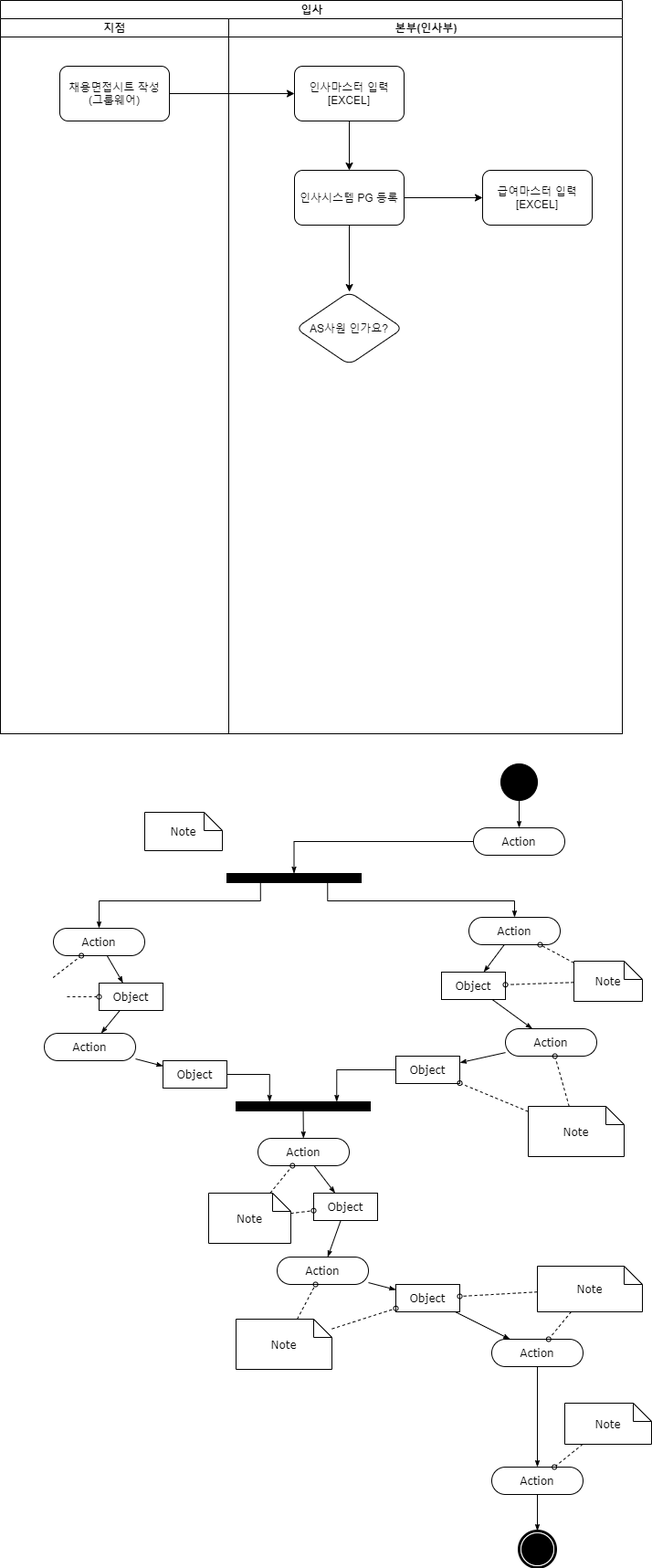
Above: Insa_JoinResignation.drawio.png in seunggeunjo/Flow-Chart (draw.io), before the change. Source tidied: cells renumbered, new cells last; positions are measured from the earlier drawing's top-left corner, leaving out a move shared by most shapes.
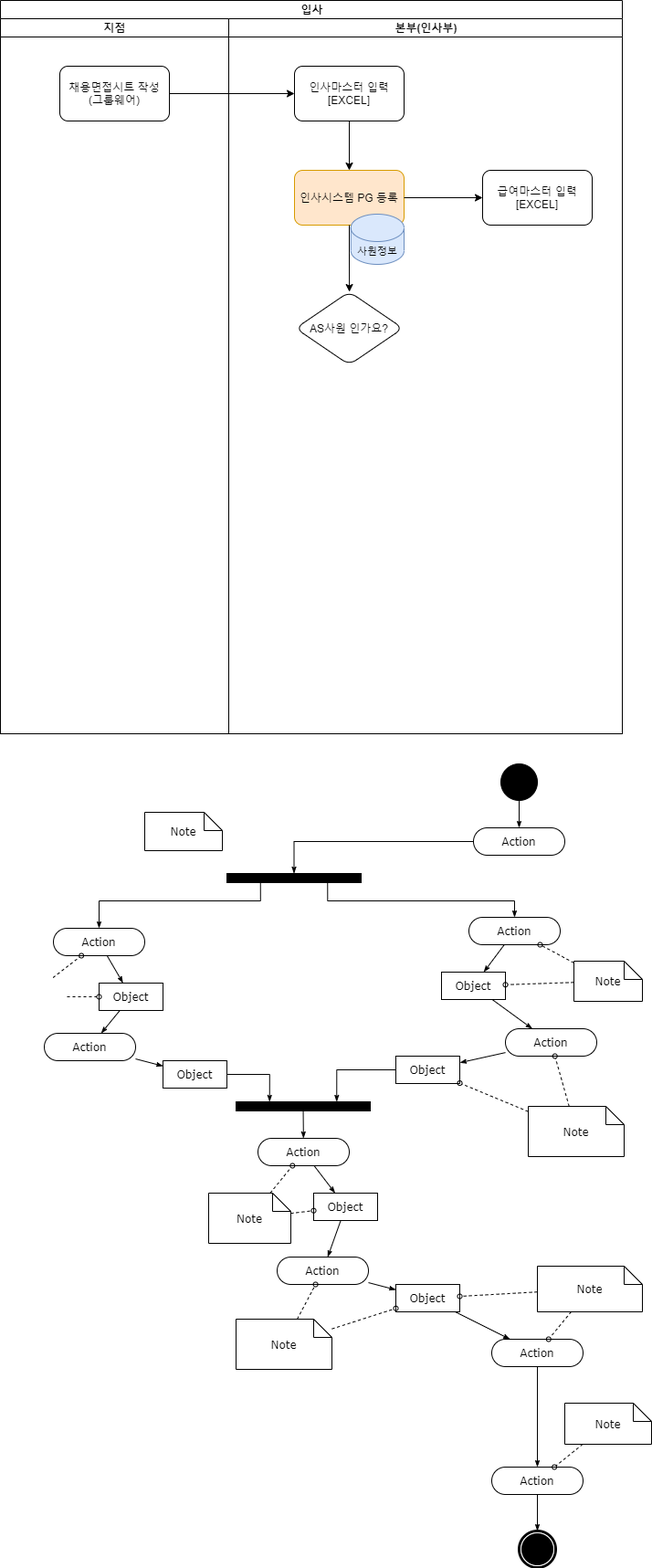
After the change.

Diff of the diagram source:
```diff
@@ -17,7 +17,7 @@
     <mxCell id="6" value="인사마스터 입력&lt;br&gt;[EXCEL]" style="whiteSpace=wrap;html=1;rounded=1;" parent="5" vertex="1">
       <mxGeometry x="72" y="52" width="120" height="60" as="geometry" />
     </mxCell>
-    <mxCell id="7" value="인사시스템 PG 등록" style="whiteSpace=wrap;html=1;rounded=1;" parent="5" vertex="1">
+    <mxCell id="7" value="인사시스템 PG 등록" style="whiteSpace=wrap;html=1;rounded=1;fillColor=#ffe6cc;strokeColor=#d79b00;" parent="5" vertex="1">
       <mxGeometry x="72" y="166" width="120" height="60" as="geometry" />
     </mxCell>
     <mxCell id="8" style="edgeStyle=orthogonalEdgeStyle;rounded=0;jettySize=auto;html=1;" parent="5" edge="1" source="6" target="7">
@@ -35,6 +35,9 @@
     <mxCell id="12" style="edgeStyle=orthogonalEdgeStyle;rounded=0;jettySize=auto;html=1;" parent="5" edge="1" source="7" target="11">
       <mxGeometry relative="1" as="geometry" />
     </mxCell>
+    <mxCell id="72" value="&lt;font style=&quot;font-size: 11px&quot;&gt;사원정보&lt;/font&gt;" style="shape=cylinder3;whiteSpace=wrap;html=1;boundedLbl=1;backgroundOutline=1;size=15;fillColor=#dae8fc;strokeColor=#6c8ebf;" parent="5" vertex="1">
+      <mxGeometry x="133.8" y="214" width="58.2" height="55" as="geometry" />
+    </mxCell>
     <mxCell id="13" style="edgeStyle=orthogonalEdgeStyle;rounded=0;jettySize=auto;html=1;" parent="2" edge="1" source="4" target="6">
       <mxGeometry relative="1" as="geometry" />
     </mxCell>
```
